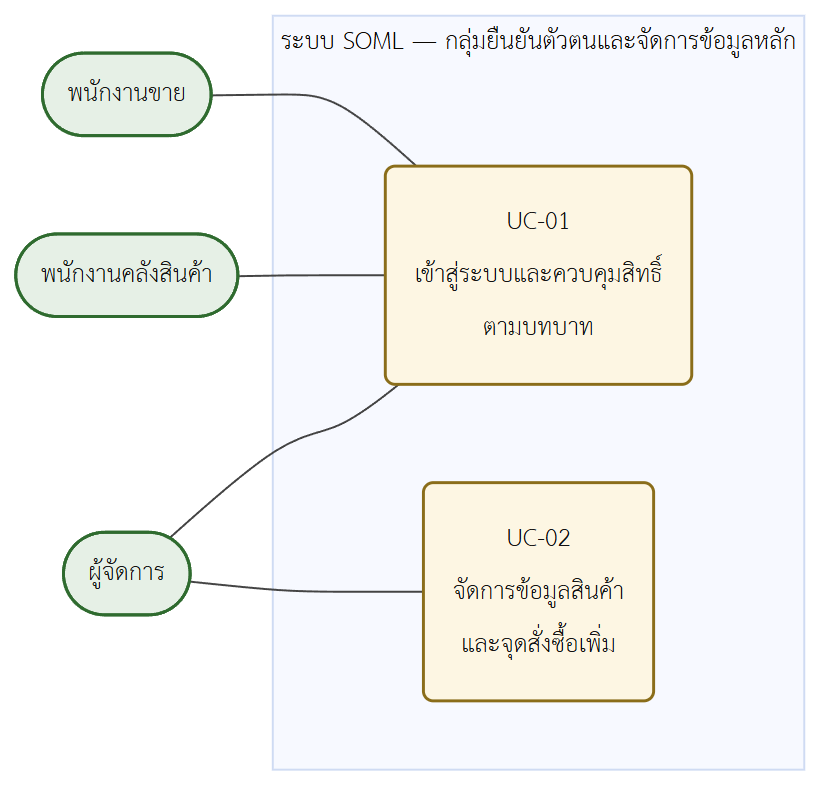
Before: Documents/assets/diagrams/fig3-06_uc_auth.png, a diagram exported from Mermaid (TriratWongsit/soml-pos-inventory). Its source is kept beside it as Documents/assets/diagrams/fig3-06_uc_auth.mmd.
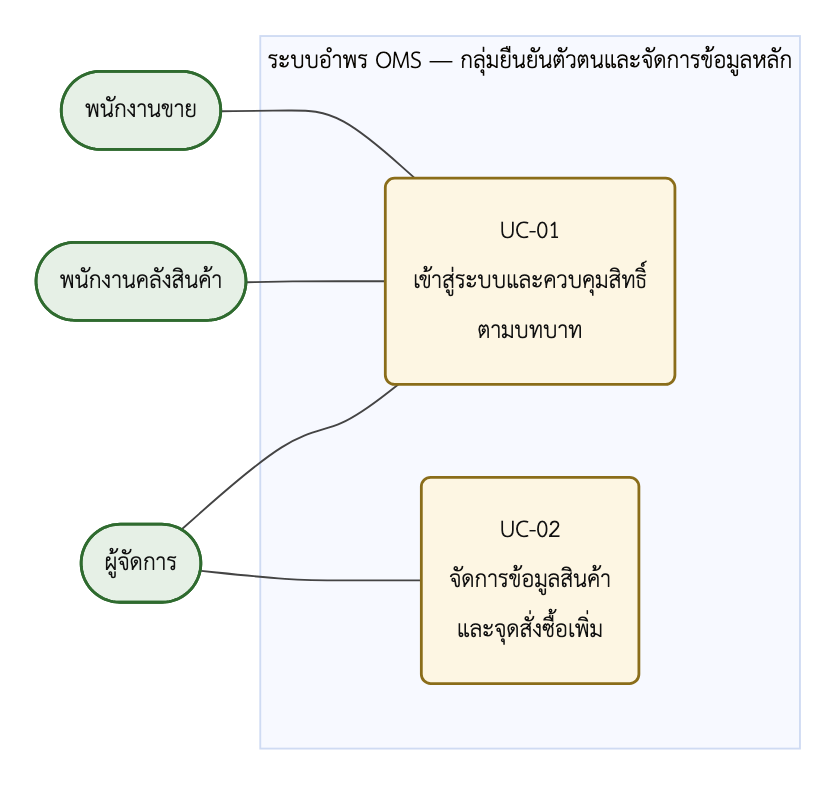
The same file after the commit.

The edit, as a diff of the source:
```diff
@@ -2,7 +2,7 @@
     SALES(["พนักงานขาย"])
     WH(["พนักงานคลังสินค้า"])
     MGR(["ผู้จัดการ"])
-    subgraph SYS["ระบบ SOML — กลุ่มยืนยันตัวตนและจัดการข้อมูลหลัก"]
+    subgraph SYS["ระบบอำพร OMS — กลุ่มยืนยันตัวตนและจัดการข้อมูลหลัก"]
         UC1("UC-01<br/>เข้าสู่ระบบและควบคุมสิทธิ์<br/>ตามบทบาท")
         UC2("UC-02<br/>จัดการข้อมูลสินค้า<br/>และจุดสั่งซื้อเพิ่ม")
     end
```
